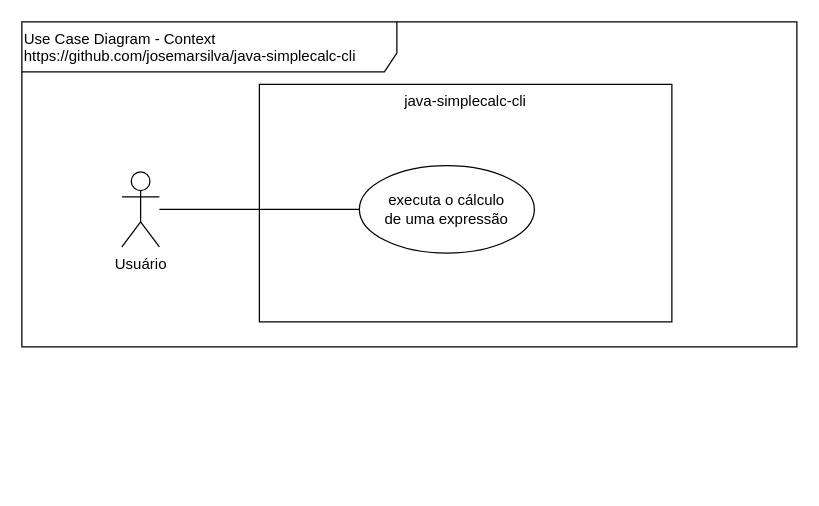
Above: doc/UseCaseDiagram-Context.drawio in josemarsilva/apm-labs (draw.io), before the change. Source tidied: cells renumbered, new cells numbered last; positions are measured from the earlier drawing's top-left corner, leaving out a move shared by most shapes. Both pictures are drawn from the tidied source at 125%, with x=0, y=0 at pixel (21, 21).
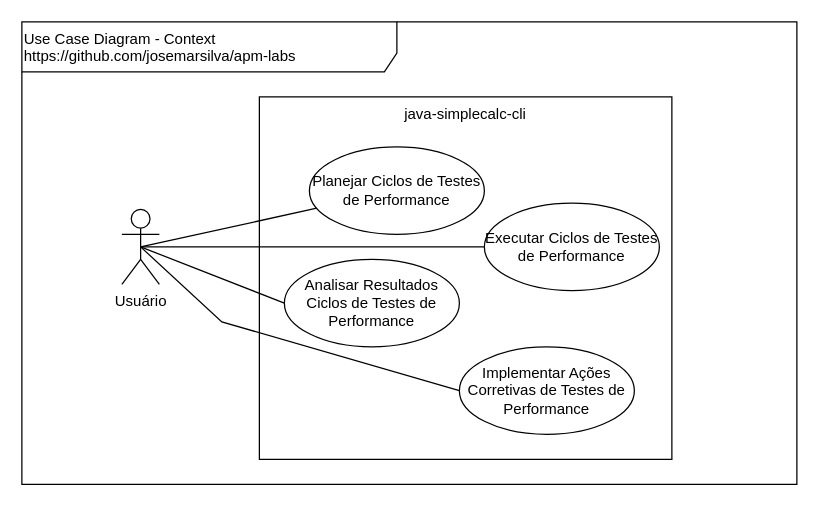
The same page after the edit.

Change to the diagram source:
```diff
@@
 <mxGraphModel>
   <root>
     <mxCell id="0" />
     <mxCell id="1" parent="0" />
-    <mxCell id="2" value="Use Case Diagram - Context&lt;br&gt;https://github.com/josemarsilva/java-simplecalc-cli&lt;br&gt;" style="shape=umlFrame;whiteSpace=wrap;html=1;width=300;height=40;verticalAlign=top;align=left;" parent="1" vertex="1">
-      <mxGeometry width="620" height="260" as="geometry" />
+    <mxCell id="2" value="Use Case Diagram - Context&lt;br&gt;https://github.com/josemarsilva/apm-labs" style="shape=umlFrame;whiteSpace=wrap;html=1;width=300;height=40;verticalAlign=top;align=left;" parent="1" vertex="1">
+      <mxGeometry width="620" height="370" as="geometry" />
     </mxCell>
     <mxCell id="3" value="&lt;div style=&quot;text-align: center&quot;&gt;&lt;span&gt;Usuário&lt;/span&gt;&lt;/div&gt;" style="shape=umlActor;verticalLabelPosition=bottom;labelBackgroundColor=#ffffff;verticalAlign=top;html=1;align=center;" parent="1" vertex="1">
-      <mxGeometry x="80" y="120" width="30" height="60" as="geometry" />
+      <mxGeometry x="80" y="150" width="30" height="60" as="geometry" />
     </mxCell>
     <mxCell id="4" value="&lt;div style=&quot;text-align: center&quot;&gt;&lt;span&gt;java-simplecalc-cli&lt;/span&gt;&lt;/div&gt;" style="rounded=0;whiteSpace=wrap;html=1;align=center;verticalAlign=top;" parent="1" vertex="1">
-      <mxGeometry x="190" y="50" width="330" height="190" as="geometry" />
+      <mxGeometry x="190" y="60" width="330" height="290" as="geometry" />
     </mxCell>
-    <mxCell id="5" value="executa o cálculo &lt;br&gt;de uma expressão" style="ellipse;whiteSpace=wrap;html=1;align=center;" parent="1" vertex="1">
-      <mxGeometry x="270" y="115" width="140" height="70" as="geometry" />
+    <mxCell id="5" value="Planejar Ciclos de Testes de Performance" style="ellipse;whiteSpace=wrap;html=1;align=center;" parent="1" vertex="1">
+      <mxGeometry x="230" y="100" width="140" height="70" as="geometry" />
     </mxCell>
-    <mxCell id="6" style="edgeStyle=orthogonalEdgeStyle;rounded=0;jettySize=auto;html=1;endArrow=none;endFill=0;" parent="1" edge="1" source="3" target="5">
+    <mxCell id="6" style="rounded=0;jettySize=auto;html=1;endArrow=none;endFill=0;exitX=0.5;exitY=0.5;exitDx=0;exitDy=0;exitPerimeter=0;" parent="1" edge="1" source="3" target="5">
       <mxGeometry relative="1" as="geometry" />
     </mxCell>
+    <mxCell id="7" value="Analisar Resultados Ciclos de Testes de Performance" style="ellipse;whiteSpace=wrap;html=1;align=center;" parent="1" vertex="1">
+      <mxGeometry x="210" y="190" width="140" height="70" as="geometry" />
+    </mxCell>
+    <mxCell id="8" value="Implementar Ações Corretivas de Testes de Performance" style="ellipse;whiteSpace=wrap;html=1;align=center;" parent="1" vertex="1">
+      <mxGeometry x="350" y="260" width="140" height="70" as="geometry" />
+    </mxCell>
+    <mxCell id="9" value="Executar Ciclos de Testes de Performance" style="ellipse;whiteSpace=wrap;html=1;align=center;" parent="1" vertex="1">
+      <mxGeometry x="370" y="145" width="140" height="70" as="geometry" />
+    </mxCell>
+    <mxCell id="10" style="rounded=0;jettySize=auto;html=1;endArrow=none;endFill=0;entryX=0;entryY=0.5;entryDx=0;entryDy=0;exitX=0.5;exitY=0.5;exitDx=0;exitDy=0;exitPerimeter=0;" parent="1" edge="1" source="3" target="7">
+      <mxGeometry relative="1" as="geometry" />
+    </mxCell>
+    <mxCell id="11" style="rounded=0;jettySize=auto;html=1;endArrow=none;endFill=0;entryX=0;entryY=0.5;entryDx=0;entryDy=0;exitX=0.5;exitY=0.5;exitDx=0;exitDy=0;exitPerimeter=0;" parent="1" edge="1" source="3" target="9">
+      <mxGeometry relative="1" as="geometry" />
+    </mxCell>
+    <mxCell id="12" style="rounded=0;jettySize=auto;html=1;endArrow=none;endFill=0;entryX=0;entryY=0.5;entryDx=0;entryDy=0;exitX=0.5;exitY=0.5;exitDx=0;exitDy=0;exitPerimeter=0;" parent="1" edge="1" source="3" target="8">
+      <mxGeometry relative="1" as="geometry">
+        <Array as="points">
+          <mxPoint x="160" y="240" />
+        </Array>
+      </mxGeometry>
+    </mxCell>
   </root>
 </mxGraphModel>
```
